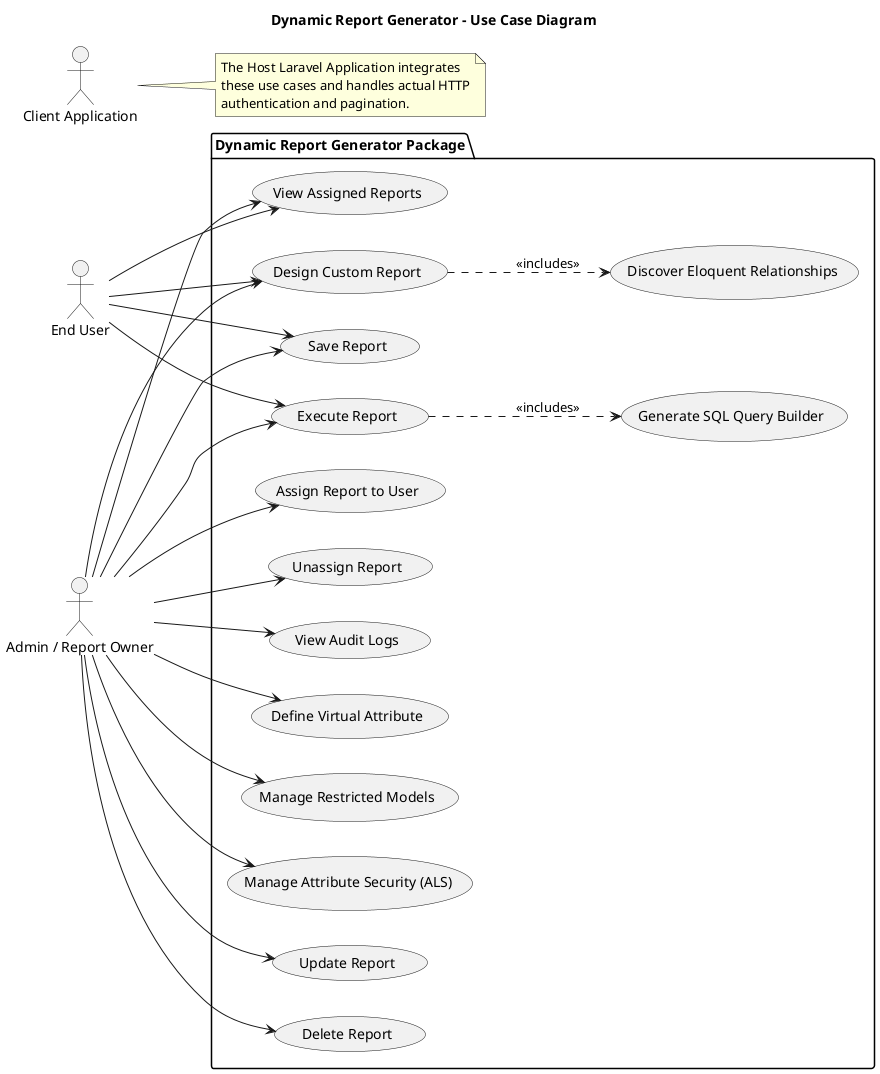
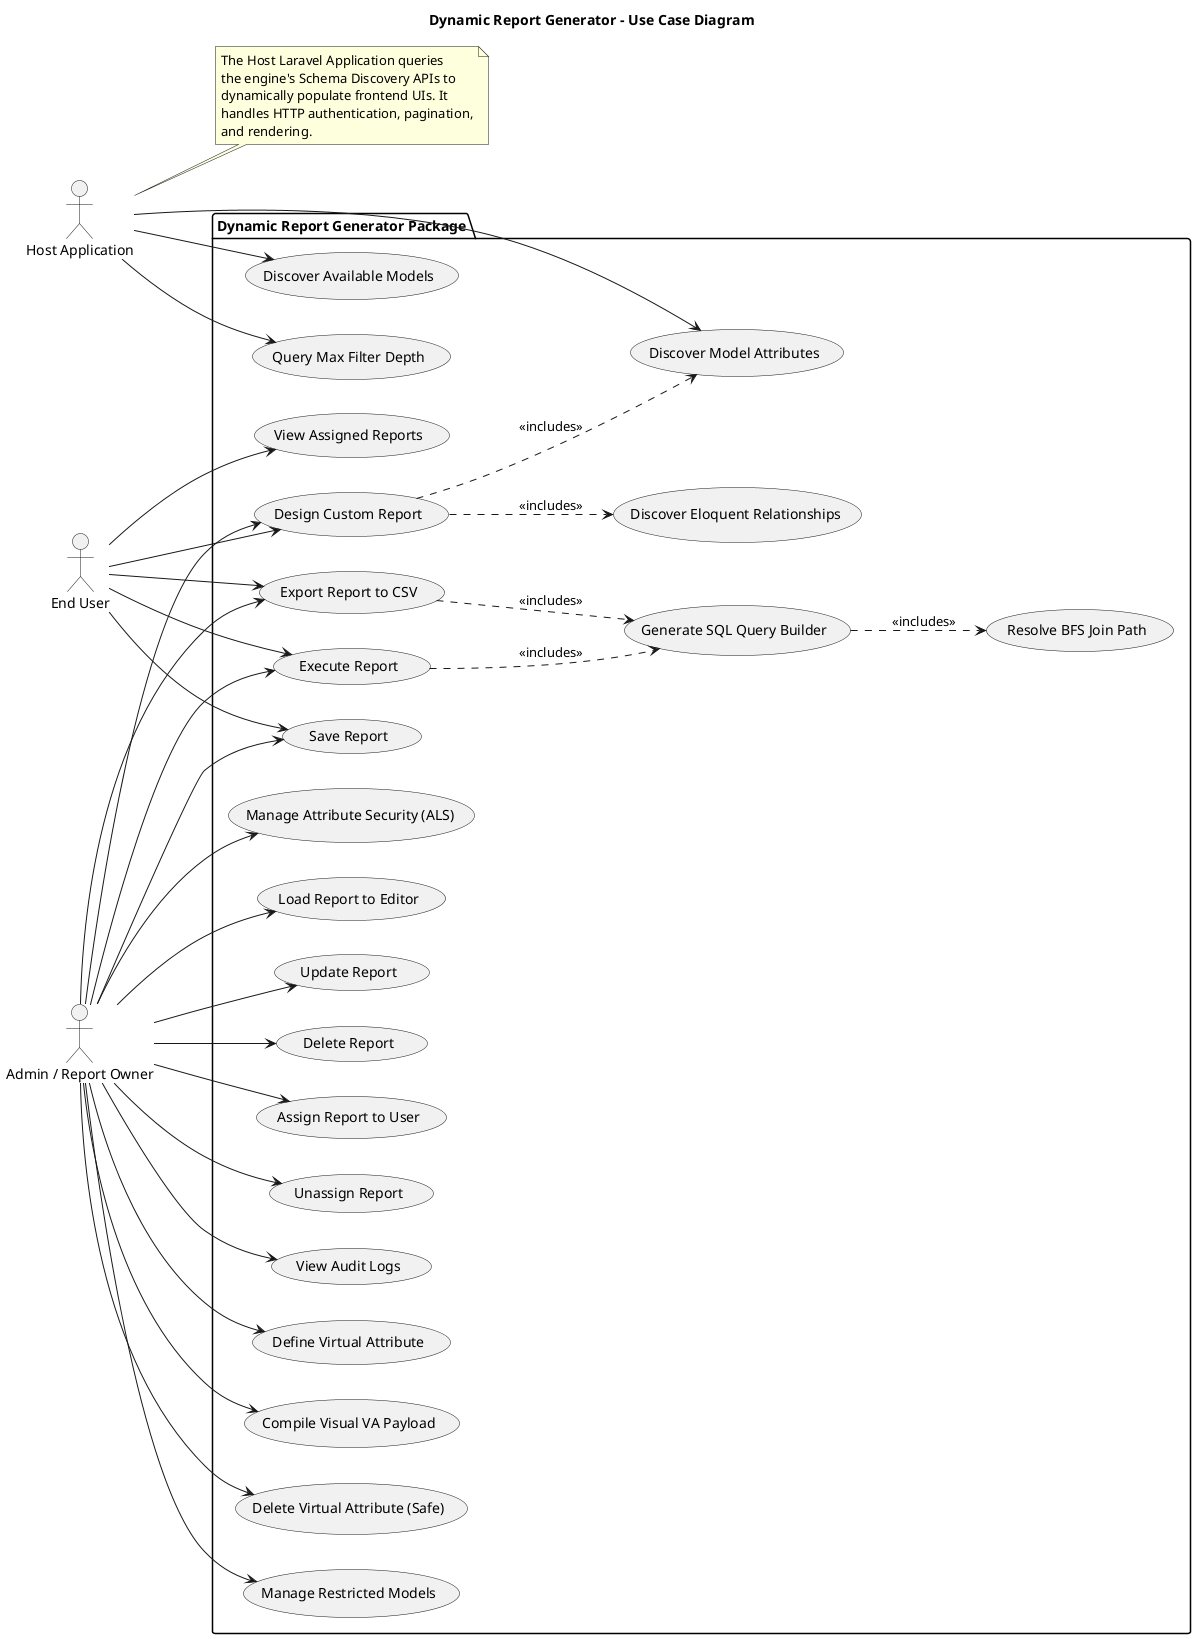
@startuml Use Case Diagram
title Dynamic Report Generator - Use Case Diagram

left to right direction

actor "End User" as User
actor "Admin / Report Owner" as Admin
- actor "Client Application" as HostApp
+ actor "Host Application" as HostApp

package "Dynamic Report Generator Package" {
+   ' === Report Lifecycle ===
  usecase "Design Custom Report" as UC_Design
  usecase "Save Report" as UC_Save
  usecase "Execute Report" as UC_Execute
+   usecase "Export Report to CSV" as UC_Export
+   usecase "Load Report to Editor" as UC_LoadEdit
  usecase "Update Report" as UC_Update
  usecase "Delete Report" as UC_Delete
+ 
+   ' === Access Control ===
  usecase "Assign Report to User" as UC_Assign
  usecase "Unassign Report" as UC_Unassign
  usecase "View Assigned Reports" as UC_ViewAssigned
  usecase "View Audit Logs" as UC_Audit

+   ' === Schema Discovery ===
+   usecase "Discover Available Models" as UC_DiscoverModels
+   usecase "Discover Model Attributes" as UC_DiscoverAttrs
  usecase "Discover Eloquent Relationships" as UC_Discover
+   usecase "Query Max Filter Depth" as UC_MaxDepth
+ 
+   ' === Engine Internals ===
  usecase "Generate SQL Query Builder" as UC_Generate
+   usecase "Resolve BFS Join Path" as UC_BFS

+   ' === Virtual Attributes ===
  usecase "Define Virtual Attribute" as UC_DefineVA
+   usecase "Compile Visual VA Payload" as UC_CompileVA
+   usecase "Delete Virtual Attribute (Safe)" as UC_DeleteVA

+   ' === Security ===
  usecase "Manage Restricted Models" as UC_RestrictModel
  usecase "Manage Attribute Security (ALS)" as UC_RestrictAttr
}

+ ' --- End User ---
+ User --> UC_Design
User --> UC_Execute
+ User --> UC_Export
+ User --> UC_Save
User --> UC_ViewAssigned
- User --> UC_Design
- User --> UC_Save

+ ' --- Admin ---
+ Admin --> UC_Design
Admin --> UC_Execute
- Admin --> UC_ViewAssigned
- Admin --> UC_Design
+ Admin --> UC_Export
Admin --> UC_Save
+ Admin --> UC_LoadEdit
Admin --> UC_Update
Admin --> UC_Delete
Admin --> UC_Assign
Admin --> UC_Unassign
Admin --> UC_Audit
Admin --> UC_DefineVA
+ Admin --> UC_CompileVA
+ Admin --> UC_DeleteVA
Admin --> UC_RestrictModel
Admin --> UC_RestrictAttr

+ ' --- Host Application ---
+ HostApp --> UC_DiscoverModels
+ HostApp --> UC_DiscoverAttrs
+ HostApp --> UC_MaxDepth
+ 
+ ' --- Includes ---
UC_Execute ..> UC_Generate : <<includes>>
+ UC_Export ..> UC_Generate : <<includes>>
+ UC_Generate ..> UC_BFS : <<includes>>
UC_Design ..> UC_Discover : <<includes>>
+ UC_Design ..> UC_DiscoverAttrs : <<includes>>

note right of HostApp
-   The Host Laravel Application integrates
-   these use cases and handles actual HTTP
-   authentication and pagination.
+   The Host Laravel Application queries
+   the engine's Schema Discovery APIs to
+   dynamically populate frontend UIs. It
+   handles HTTP authentication, pagination,
+   and rendering.
end note

@enduml
